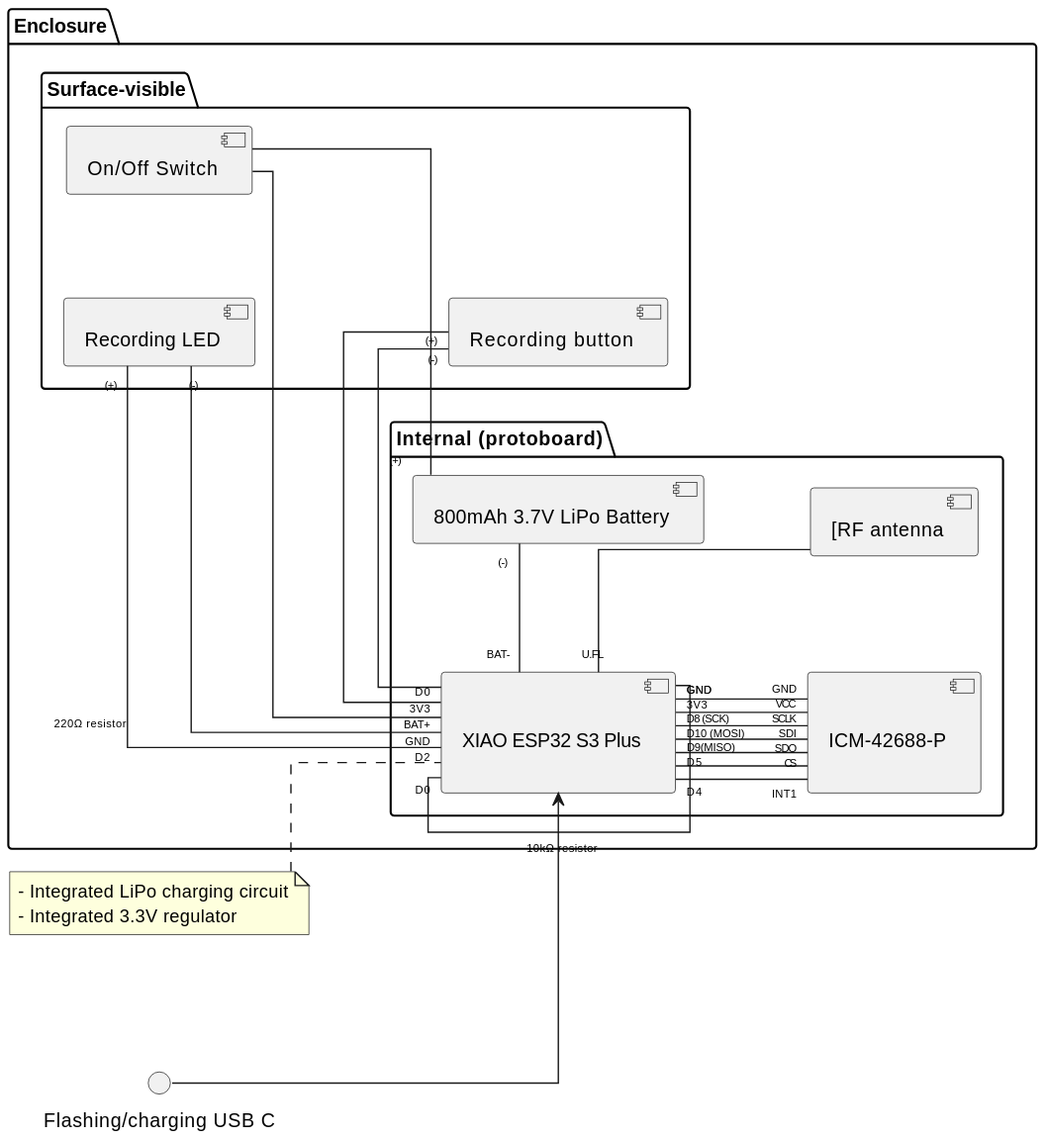
The PlantUML diagram docs/diagrams/schematics/prototype2(xiao-esp32-s3+icm42688p)/schematic.svg in FedericoPacheco/gym-imu, before a commit. The source it was exported from:
```plantuml
@startuml
skinparam ArrowFontSize 8

left to right direction
skinparam linetype ortho
skinparam nodesep 75
skinparam ranksep 75


package "Enclosure" {
    package "Internal (protoboard)" {
        component "[RF antenna" as antenna
        component "800mAh 3.7V LiPo Battery" as battery
        component "\nXIAO ESP32 S3 Plus\n" as microcontroller
        component "\nICM-42688-P\n" as sensor
    }
    package "Surface-visible" {
        component "On/Off Switch" as switch
        component "Recording button" as button
        component "Recording LED" as led
    }
}

battery "(+)" -- switch
switch -- "BAT+" microcontroller
battery "(-)" -left- "BAT-" microcontroller

note left of microcontroller
  - Integrated LiPo charging circuit
  - Integrated 3.3V regulator
end note

microcontroller "D4" -- "INT1" sensor
microcontroller "D5" -- "CS" sensor
microcontroller "D9(MISO)" -- "SDO" sensor
microcontroller "D10 (MOSI)" -- "SDI" sensor
microcontroller "D8 (SCK)" -- "SCLK" sensor
microcontroller "3V3" -- "VCC" sensor
microcontroller "GND" -- "GND" sensor

"Flashing/charging USB C" -down-> microcontroller

button "(+)" -right- "3V3" microcontroller
button "(-)" -right- "D0" microcontroller
microcontroller "D0" -right- "GND" microcontroller: 10kΩ resistor
led "(+)" -right- "D2" microcontroller: 220Ω resistor
led "(-)" -right- "GND" microcontroller

antenna -[hidden]up- battery
led -[hidden]down- button

microcontroller "U.FL" -left- antenna
@enduml
```
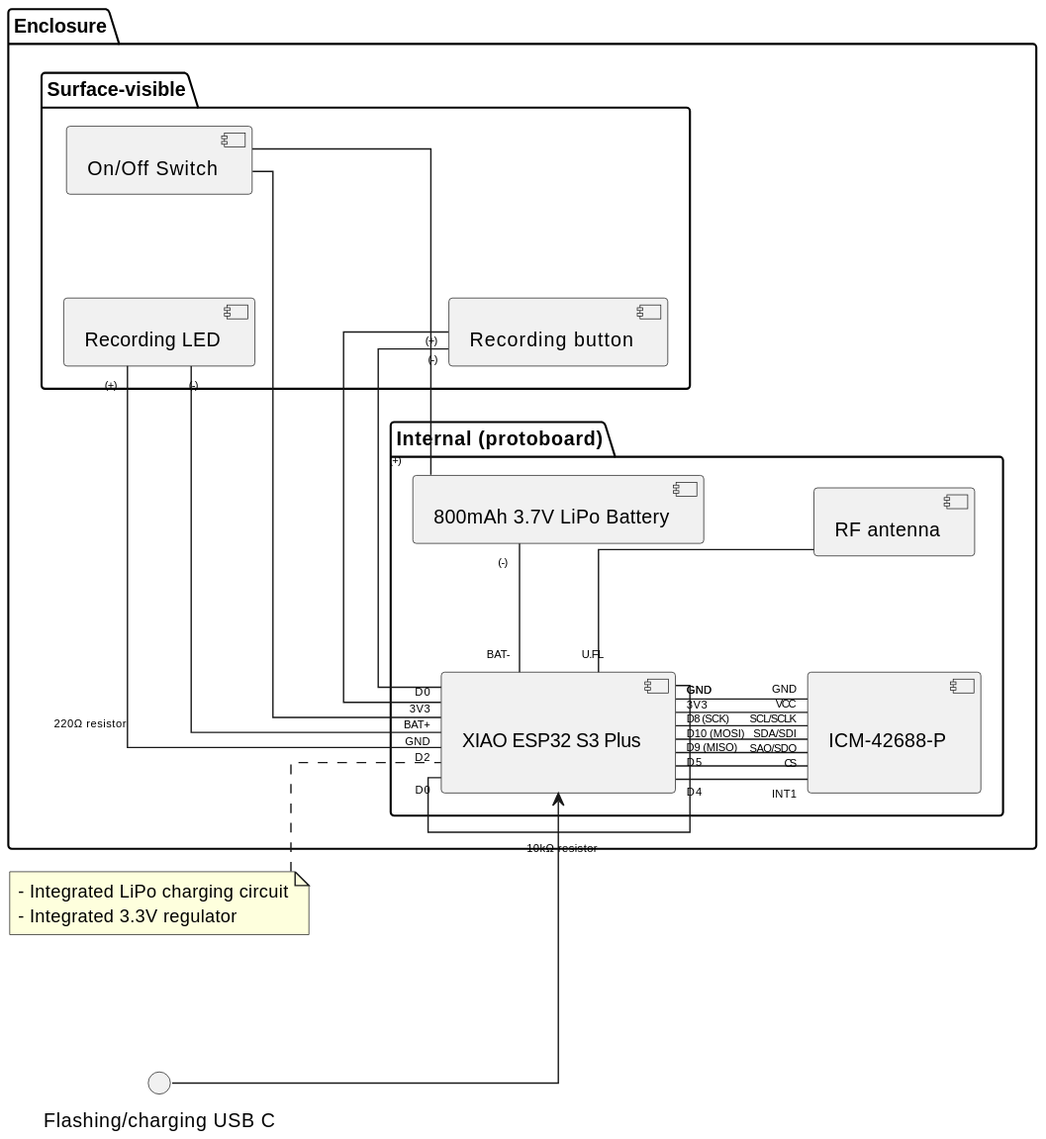
Later version of the same file.

Commit message:
chore(schematic): wire up 2nd prototype on prototype, test logic analyzer with uart logs, and save spi, esp32 and analyzer sources

The edit, as a diff of the source:
```diff
@@ -9,7 +9,7 @@
 
 package "Enclosure" {
     package "Internal (protoboard)" {
-        component "[RF antenna" as antenna
+        component "RF antenna" as antenna
         component "800mAh 3.7V LiPo Battery" as battery
         component "\nXIAO ESP32 S3 Plus\n" as microcontroller
         component "\nICM-42688-P\n" as sensor
@@ -32,9 +32,9 @@
 
 microcontroller "D4" -- "INT1" sensor
 microcontroller "D5" -- "CS" sensor
-microcontroller "D9(MISO)" -- "SDO" sensor
-microcontroller "D10 (MOSI)" -- "SDI" sensor
-microcontroller "D8 (SCK)" -- "SCLK" sensor
+microcontroller "D9 (MISO)" -- "SAO/SDO" sensor
+microcontroller "D10 (MOSI)" -- "SDA/SDI" sensor
+microcontroller "D8 (SCK)" -- "SCL/SCLK" sensor
 microcontroller "3V3" -- "VCC" sensor
 microcontroller "GND" -- "GND" sensor
 
@@ -46,8 +46,8 @@
 led "(+)" -right- "D2" microcontroller: 220Ω resistor
 led "(-)" -right- "GND" microcontroller
 
+microcontroller "U.FL" -left- antenna
+
 antenna -[hidden]up- battery
 led -[hidden]down- button
-
-microcontroller "U.FL" -left- antenna
 @enduml
```
